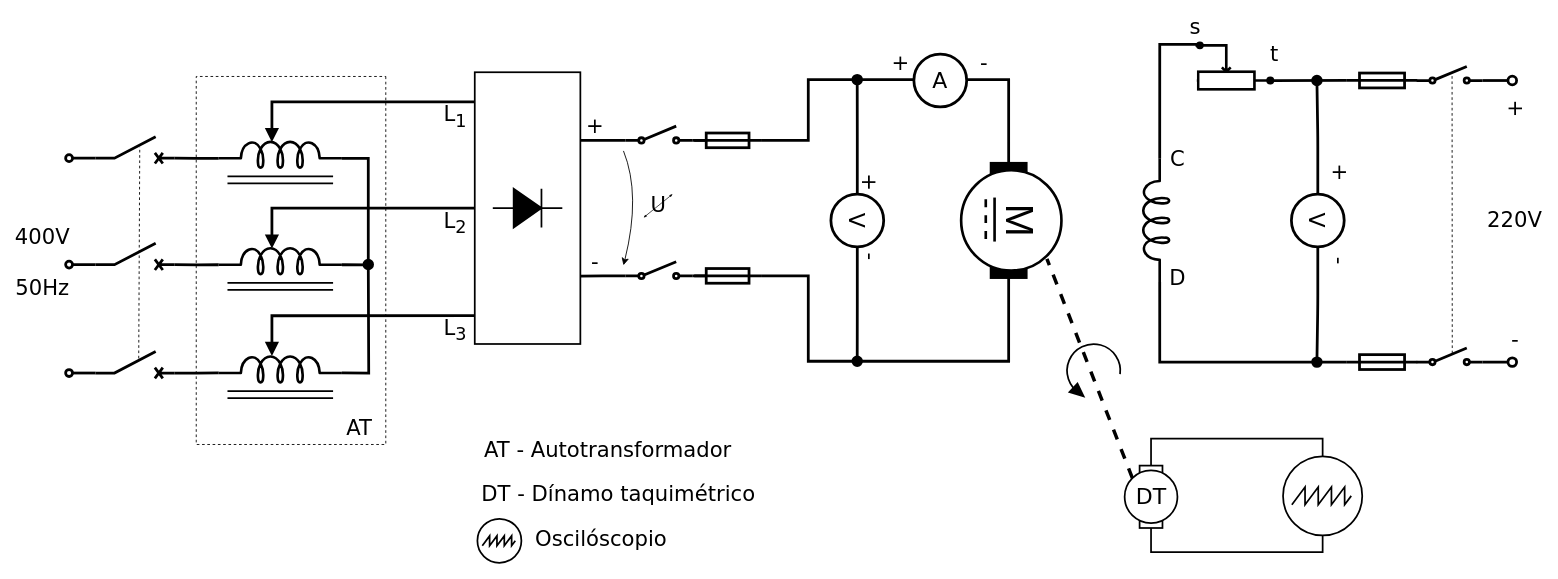
Earlier version of the draw.io diagram draw/TL5/MotorDC_decel.drawio (Ricardo-Luis/me-2). Source tidied: cells renumbered, new cells numbered last; positions are measured from the earlier drawing's top-left corner, leaving out a move shared by most shapes. Both pictures are drawn from the tidied source at 88%, with x=0, y=0 at pixel (16, 18).
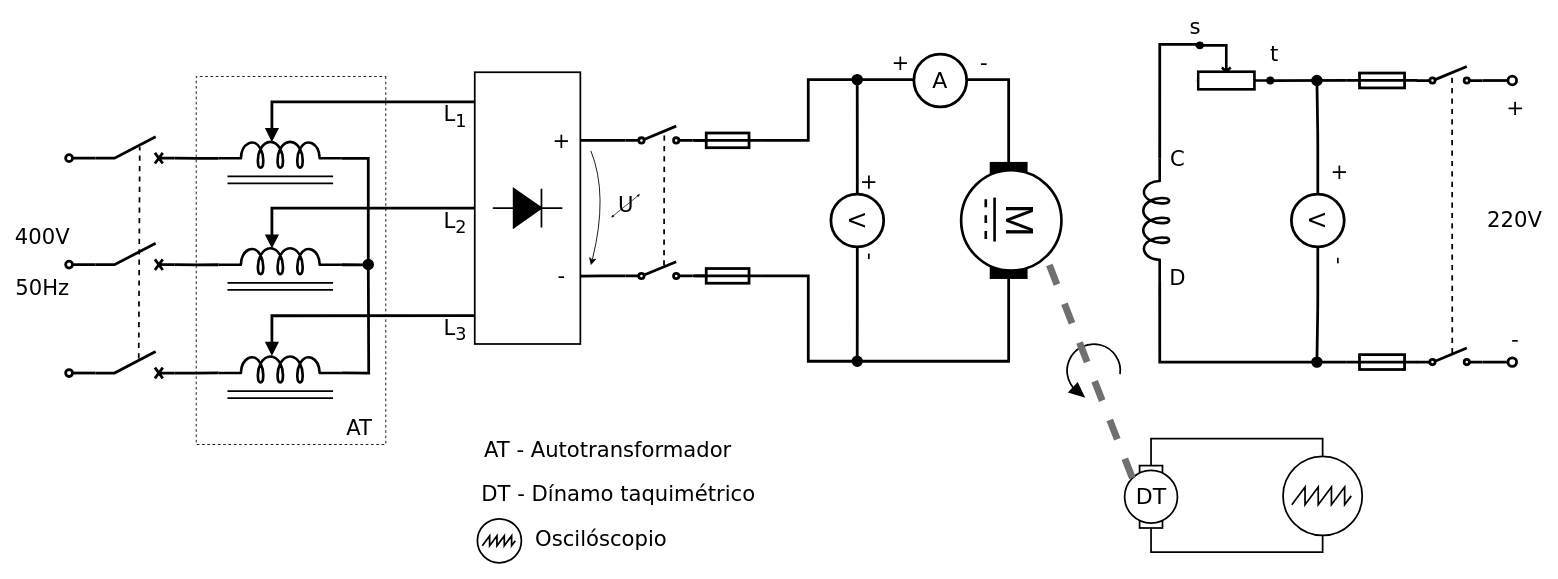
The same diagram, later.

Unchanged cells that the change refers to:
```xml
<mxCell id="6" style="verticalLabelPosition=bottom;shadow=0;dashed=0;align=center;html=1;verticalAlign=top;shape=mxgraph.electrical.electro-mechanical.circuitBreaker2;elSwitchState=off;strokeWidth=3.1496;rounded=0;" parent="1" vertex="1">
  <mxGeometry x="90" y="134" width="90" height="30.3" as="geometry" />
</mxCell>
<mxCell id="16" style="html=1;shape=mxgraph.electrical.electro-mechanical.singleSwitch;elSwitchState=off;strokeWidth=3.1496;direction=east;rounded=0;" parent="1" vertex="1">
  <mxGeometry x="1591.3" y="54" width="75" height="20" as="geometry" />
</mxCell>
<mxCell id="29" value="&lt;font face=&quot;Verdana&quot;&gt;&lt;span style=&quot;font-size: 25px;&quot;&gt;DT&lt;/span&gt;&lt;/font&gt;" style="ellipse;whiteSpace=wrap;html=1;fontFamily=Times New Roman;strokeWidth=1.9685;rounded=0;" parent="27" vertex="1">
  <mxGeometry y="5.4" width="60" height="60" as="geometry" />
</mxCell>
<mxCell id="63" style="ellipse;whiteSpace=wrap;html=1;strokeColor=#000000;strokeWidth=3;fillColor=#FFFFFF;rotation=90;rounded=0;" parent="61" vertex="1">
  <mxGeometry x="8" width="114" height="114" as="geometry" />
</mxCell>
<mxCell id="68" style="html=1;shape=mxgraph.electrical.electro-mechanical.singleSwitch;elSwitchState=off;strokeWidth=3.1496;direction=south;rotation=-90;rounded=0;" parent="1" vertex="1">
  <mxGeometry x="720" y="248" width="20.3" height="76" as="geometry" />
</mxCell>
<mxCell id="79" style="verticalLabelPosition=bottom;shadow=0;dashed=0;align=center;html=1;verticalAlign=top;shape=mxgraph.electrical.electro-mechanical.circuitBreaker2;elSwitchState=off;strokeWidth=3.1496;rounded=0;" parent="1" vertex="1">
  <mxGeometry x="90" y="378" width="90" height="30.5" as="geometry" />
</mxCell>
<mxCell id="95" style="html=1;shape=mxgraph.electrical.electro-mechanical.singleSwitch;elSwitchState=off;strokeWidth=3.1496;direction=east;rounded=0;" parent="1" vertex="1">
  <mxGeometry x="1591.3" y="374" width="75" height="20" as="geometry" />
</mxCell>
```

Diff of the diagram source:
```diff
@@
+    <mxCell id="46" style="rounded=0;whiteSpace=wrap;html=1;strokeWidth=1.9685;rotation=-90;" parent="1" vertex="1">
+      <mxGeometry x="426.6" y="155" width="308.8" height="120" as="geometry" />
+    </mxCell>
@@
     <mxCell id="32" value="&lt;font style=&quot;font-size: 24px&quot; face=&quot;Verdana&quot;&gt;+&lt;/font&gt;" style="text;html=1;strokeColor=none;fillColor=none;align=center;verticalAlign=middle;whiteSpace=wrap;rounded=0;dashed=1;" parent="1" vertex="1">
-      <mxGeometry x="638" y="112" width="40" height="20" as="geometry" />
+      <mxGeometry x="600" y="129" width="40" height="20" as="geometry" />
     </mxCell>
     <mxCell id="33" value="&lt;font style=&quot;font-size: 24px&quot; face=&quot;Verdana&quot;&gt;-&lt;/font&gt;" style="text;html=1;strokeColor=none;fillColor=none;align=center;verticalAlign=middle;whiteSpace=wrap;rounded=0;dashed=1;" parent="1" vertex="1">
-      <mxGeometry x="638" y="267" width="40" height="20" as="geometry" />
+      <mxGeometry x="600" y="283.2" width="40" height="20" as="geometry" />
     </mxCell>
@@
-    <mxCell id="46" style="rounded=0;whiteSpace=wrap;html=1;strokeWidth=1.9685;rotation=-90;" parent="1" vertex="1">
-      <mxGeometry x="426.6" y="155" width="308.8" height="120" as="geometry" />
-    </mxCell>
@@
-    <mxCell id="80" style="endArrow=none;dashed=1;html=1;entryX=0.559;entryY=0.376;entryDx=0;entryDy=0;entryPerimeter=0;exitX=0.546;exitY=0.255;exitDx=0;exitDy=0;exitPerimeter=0;rounded=0;" parent="1" edge="1" source="79" target="6">
+    <mxCell id="80" style="endArrow=none;dashed=1;html=1;entryX=0.559;entryY=0.376;entryDx=0;entryDy=0;entryPerimeter=0;exitX=0.546;exitY=0.255;exitDx=0;exitDy=0;exitPerimeter=0;rounded=0;strokeWidth=1.9685;" parent="1" edge="1" source="79" target="6">
       <mxGeometry relative="1" as="geometry" />
     </mxCell>
     <mxCell id="81" style="curved=1;endArrow=classic;html=1;rounded=0;" parent="1" edge="1">
       <mxGeometry relative="1" as="geometry">
-        <mxPoint x="690" y="150" as="sourcePoint" />
-        <mxPoint x="690" y="280" as="targetPoint" />
+        <mxPoint x="653" y="150" as="sourcePoint" />
+        <mxPoint x="653" y="280" as="targetPoint" />
         <Array as="points">
-          <mxPoint x="710" y="200" />
+          <mxPoint x="673" y="200" />
         </Array>
       </mxGeometry>
     </mxCell>
     <mxCell id="82" value="&lt;font face=&quot;Verdana&quot;&gt;&lt;span style=&quot;font-size: 24px;&quot;&gt;U&lt;/span&gt;&lt;/font&gt;" style="text;html=1;strokeColor=none;fillColor=none;align=center;verticalAlign=middle;whiteSpace=wrap;rounded=0;dashed=1;" parent="1" vertex="1">
-      <mxGeometry x="710.1" y="202" width="40" height="20" as="geometry" />
+      <mxGeometry x="673.1" y="202" width="40" height="20" as="geometry" />
     </mxCell>
     <mxCell id="83" style="endArrow=blockThin;startArrow=blockThin;html=1;endFill=1;startFill=1;endSize=1.9685;startSize=1.9685;strokeWidth=0.7874;rounded=0;" parent="1" edge="1">
       <mxGeometry relative="1" as="geometry">
-        <mxPoint x="712.8" y="225.8" as="sourcePoint" />
-        <mxPoint x="745.9" y="199" as="targetPoint" />
+        <mxPoint x="675.8" y="225.8" as="sourcePoint" />
+        <mxPoint x="708.9" y="199" as="targetPoint" />
       </mxGeometry>
     </mxCell>
@@
-    <mxCell id="99" style="endArrow=none;dashed=1;html=1;entryX=0.882;entryY=0.145;entryDx=0;entryDy=0;entryPerimeter=0;exitX=0;exitY=0;exitDx=0;exitDy=0;strokeWidth=3.937;endSize=7.874;" parent="1" edge="1" source="29" target="63">
+    <mxCell id="99" style="endArrow=none;dashed=1;html=1;entryX=0.882;entryY=0.145;entryDx=0;entryDy=0;entryPerimeter=0;exitX=0;exitY=0;exitDx=0;exitDy=0;strokeWidth=7.874;endSize=7.874;strokeColor=#707070;" parent="1" edge="1" source="29" target="63">
       <mxGeometry relative="1" as="geometry" />
     </mxCell>
-    <mxCell id="100" style="endArrow=none;dashed=1;html=1;entryX=0.537;entryY=0.41;entryDx=0;entryDy=0;entryPerimeter=0;exitX=0.54;exitY=0.3;exitDx=0;exitDy=0;exitPerimeter=0;" parent="1" edge="1" source="95" target="16">
+    <mxCell id="100" style="endArrow=none;dashed=1;html=1;entryX=0.537;entryY=0.41;entryDx=0;entryDy=0;entryPerimeter=0;exitX=0.54;exitY=0.3;exitDx=0;exitDy=0;exitPerimeter=0;strokeWidth=1.9685;" parent="1" edge="1" source="95" target="16">
       <mxGeometry relative="1" as="geometry" />
     </mxCell>
+    <mxCell id="101" style="endArrow=none;dashed=1;html=1;entryX=0.559;entryY=0.376;entryDx=0;entryDy=0;entryPerimeter=0;rounded=0;strokeWidth=1.9685;exitX=0.578;exitY=0.218;exitDx=0;exitDy=0;exitPerimeter=0;" parent="1" edge="1" source="68">
+      <mxGeometry relative="1" as="geometry">
+        <mxPoint x="736.4" y="127" as="targetPoint" />
+      </mxGeometry>
+    </mxCell>
```
